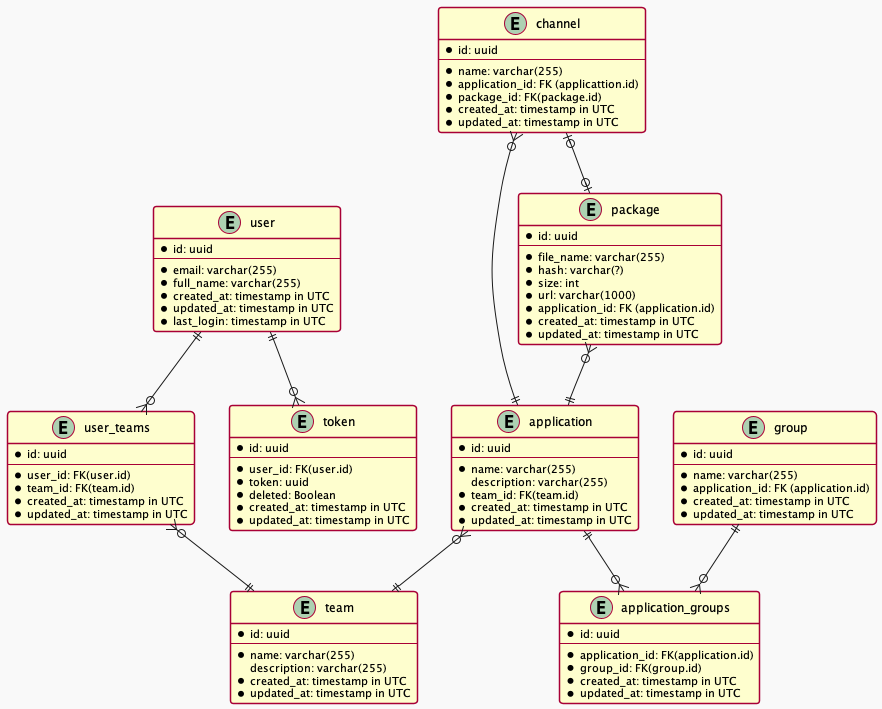
Above: docs/erd.png in DragosBulumac/project-UpdateService (PlantUML), before the change.
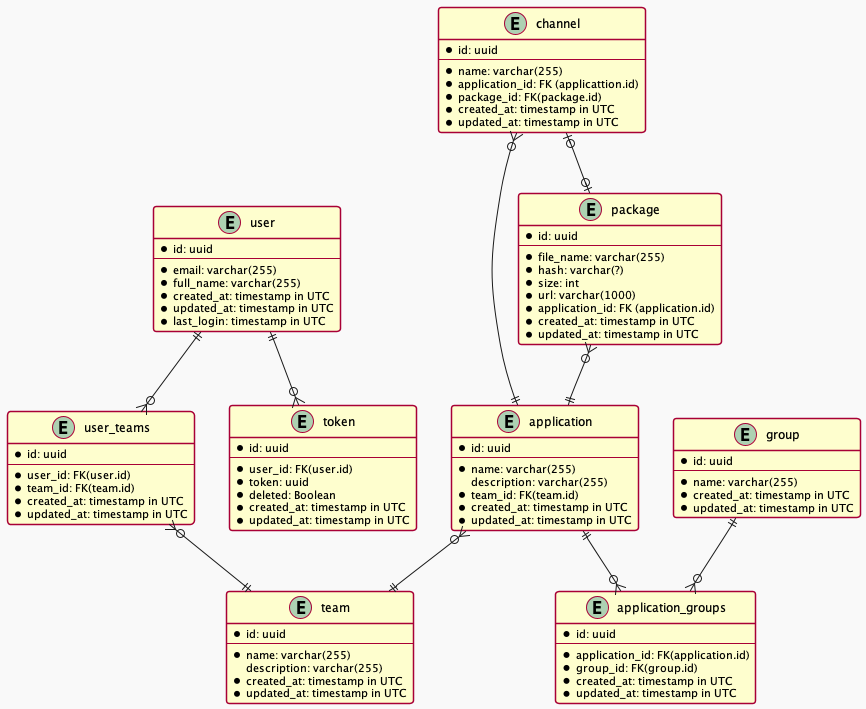
Above is the later version.

Commit message:
Removed invalid reference to application.

The edit, as a diff of the source:
```diff
@@ -64,7 +64,6 @@
 * id: uuid
 --
 * name: varchar(255)
-* application_id: FK (application.id)
 * created_at: timestamp in UTC
 * updated_at: timestamp in UTC
 }
```
